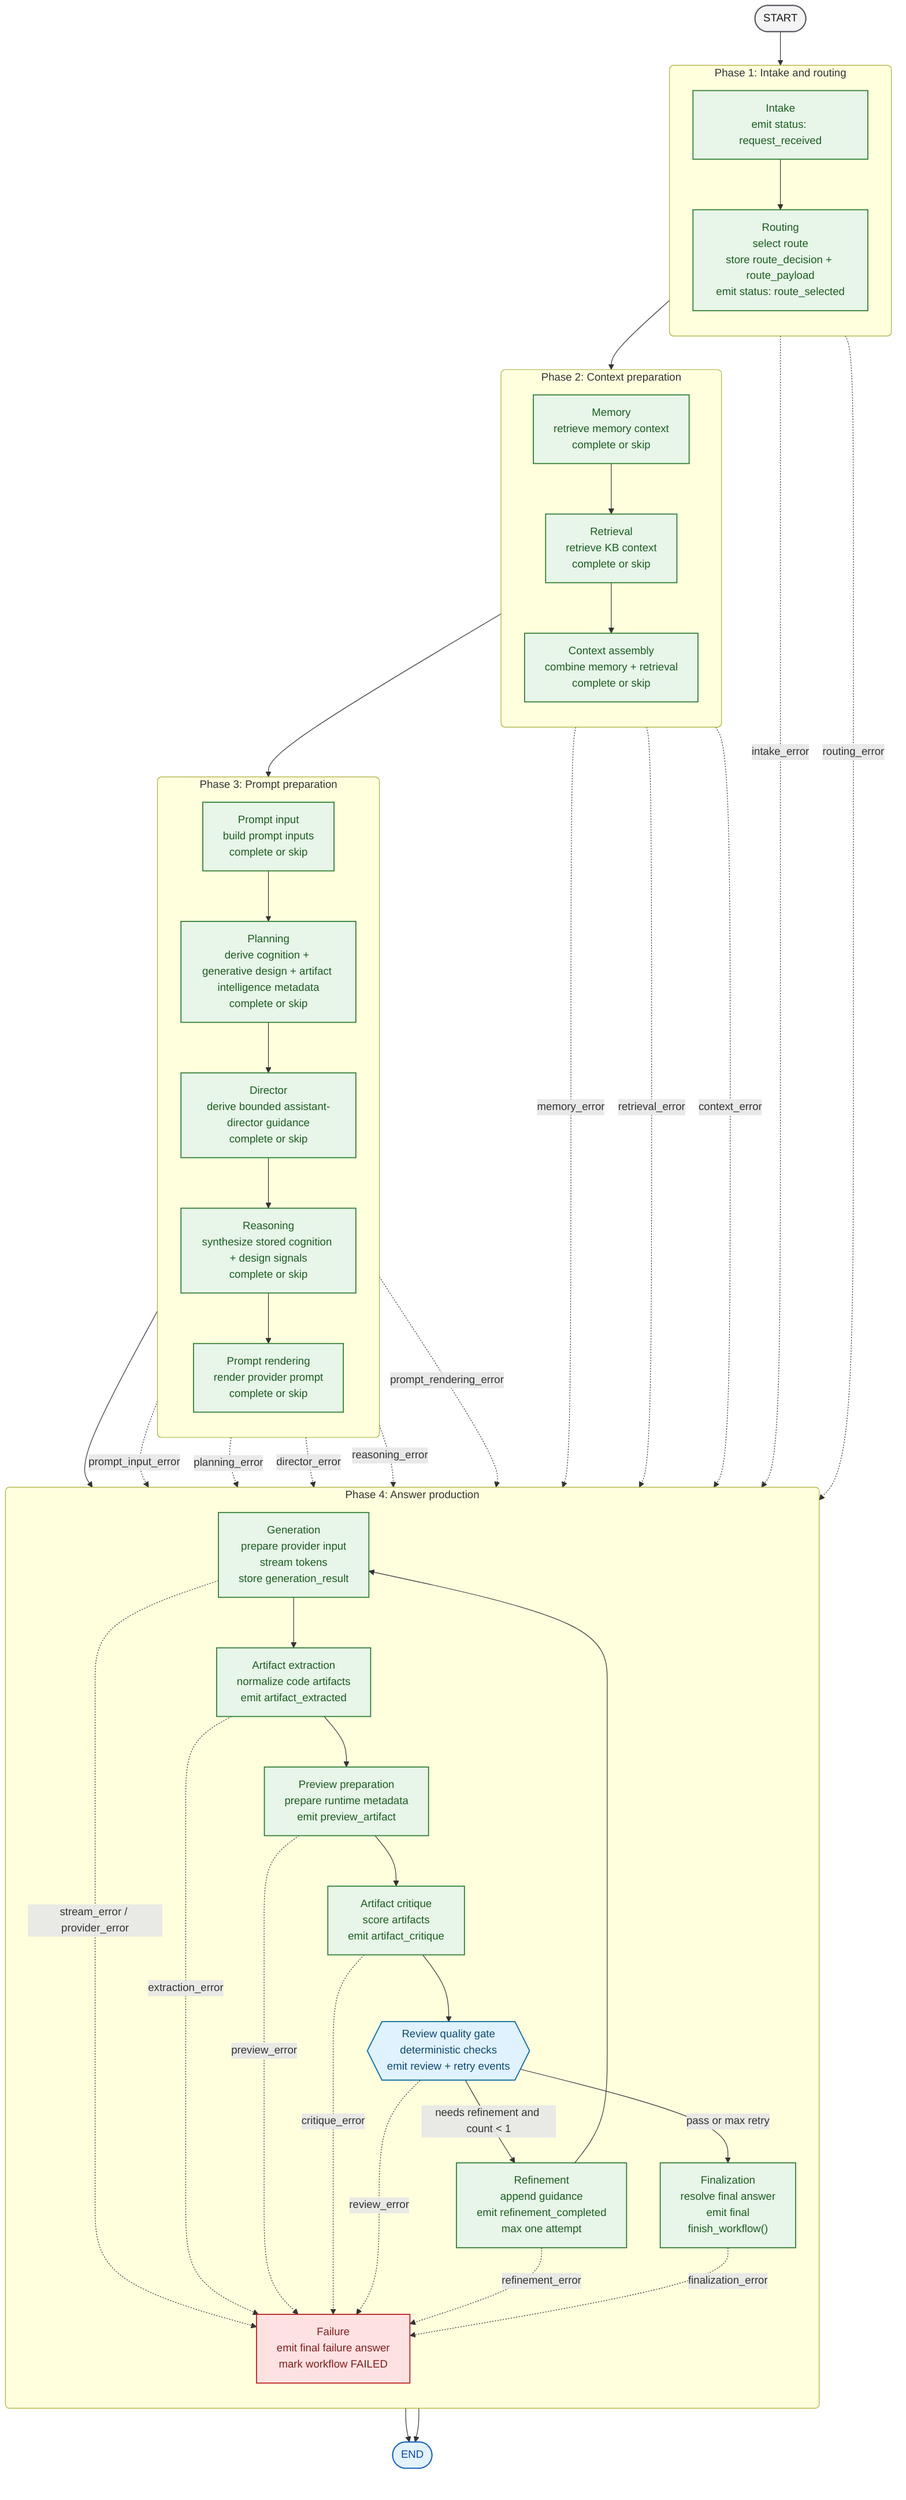
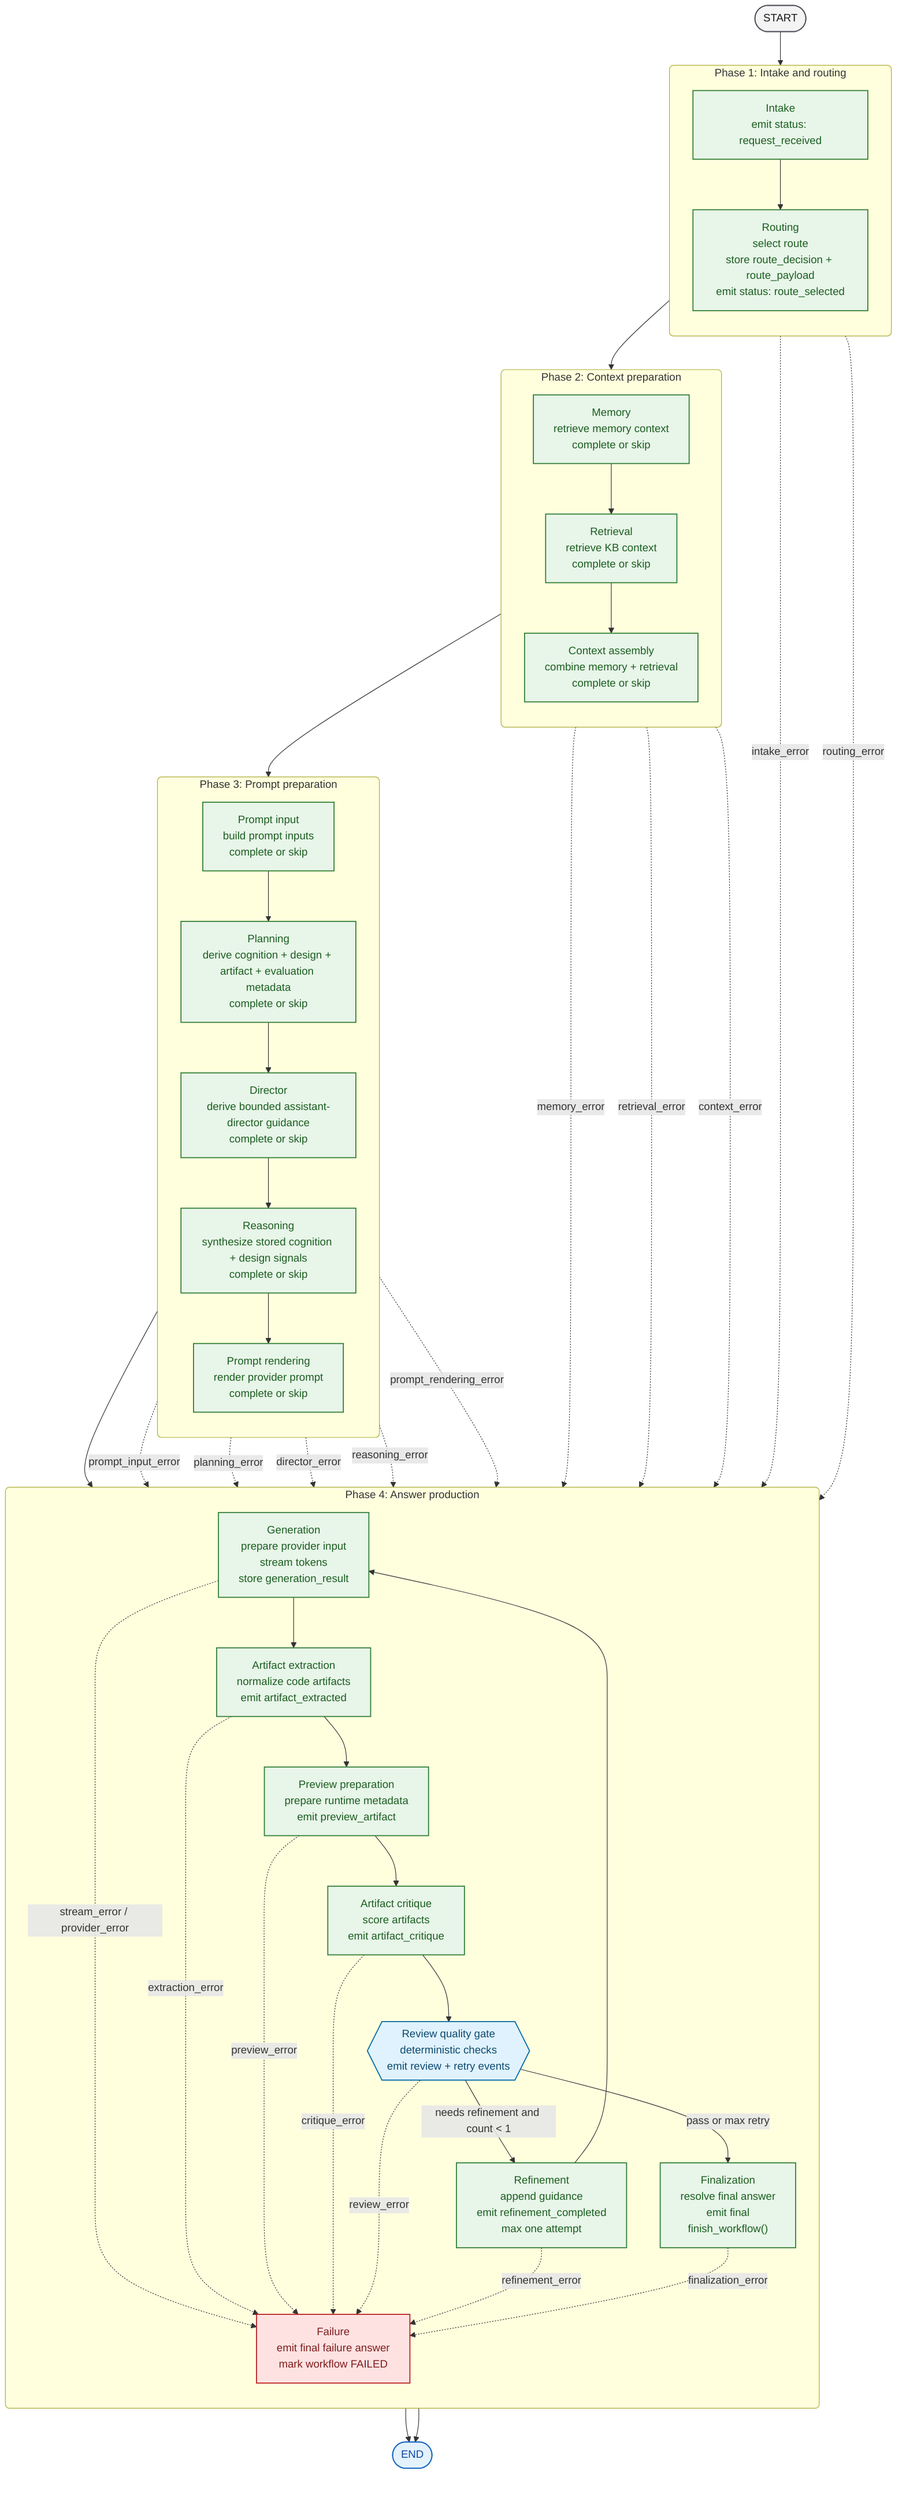
flowchart TB
    classDef boundary fill:#F4F4F5,stroke:#52525B,color:#18181B,stroke-width:1.5px;
    classDef implemented fill:#E8F5E9,stroke:#2E7D32,color:#1B5E20,stroke-width:1.5px;
    classDef gate fill:#E0F2FE,stroke:#0369A1,color:#0C4A6E,stroke-width:1.5px;
    classDef failure fill:#FEE2E2,stroke:#B91C1C,color:#7F1D1D,stroke-width:1.5px;
    classDef terminal fill:#E3F2FD,stroke:#1565C0,color:#0D47A1,stroke-width:1.5px;

    start([START])
    finish([END])

    subgraph phase_1["Phase 1: Intake and routing"]
        direction TB
        intake["Intake<br/>emit status: request_received"]
        routing["Routing<br/>select route<br/>store route_decision + route_payload<br/>emit status: route_selected"]
    end

    subgraph phase_2["Phase 2: Context preparation"]
        direction TB
        memory["Memory<br/>retrieve memory context<br/>complete or skip"]
        retrieval["Retrieval<br/>retrieve KB context<br/>complete or skip"]
        context_assembly["Context assembly<br/>combine memory + retrieval<br/>complete or skip"]
    end

    subgraph phase_3["Phase 3: Prompt preparation"]
        direction TB
        prompt_input["Prompt input<br/>build prompt inputs<br/>complete or skip"]
-         planning["Planning<br/>derive cognition + generative design + artifact intelligence metadata<br/>complete or skip"]
+         planning["Planning<br/>derive cognition + design + artifact + evaluation metadata<br/>complete or skip"]
        director["Director<br/>derive bounded assistant-director guidance<br/>complete or skip"]
        reasoning["Reasoning<br/>synthesize stored cognition + design signals<br/>complete or skip"]
        prompt_rendering["Prompt rendering<br/>render provider prompt<br/>complete or skip"]
    end

    subgraph phase_4["Phase 4: Answer production"]
        direction TB
        generation["Generation<br/>prepare provider input<br/>stream tokens<br/>store generation_result"]
        artifact_extraction["Artifact extraction<br/>normalize code artifacts<br/>emit artifact_extracted"]
        preview_preparation["Preview preparation<br/>prepare runtime metadata<br/>emit preview_artifact"]
        artifact_critique["Artifact critique<br/>score artifacts<br/>emit artifact_critique"]
        review{{"Review quality gate<br/>deterministic checks<br/>emit review + retry events"}}
        refinement["Refinement<br/>append guidance<br/>emit refinement_completed<br/>max one attempt"]
        finalization["Finalization<br/>resolve final answer<br/>emit final<br/>finish_workflow()"]
        failure["Failure<br/>emit final failure answer<br/>mark workflow FAILED"]
    end

    start --> intake --> routing --> memory --> retrieval --> context_assembly --> prompt_input --> planning --> director --> reasoning --> prompt_rendering --> generation --> artifact_extraction --> preview_preparation --> artifact_critique --> review
    review -->|"pass or max retry"| finalization --> finish
    review -->|"needs refinement and count < 1"| refinement --> generation
    intake -. intake_error .-> failure
    routing -. routing_error .-> failure
    memory -. memory_error .-> failure
    retrieval -. retrieval_error .-> failure
    context_assembly -. context_error .-> failure
    prompt_input -. prompt_input_error .-> failure
    planning -. planning_error .-> failure
    director -. director_error .-> failure
    reasoning -. reasoning_error .-> failure
    prompt_rendering -. prompt_rendering_error .-> failure
    generation -. stream_error / provider_error .-> failure
    artifact_extraction -. extraction_error .-> failure
    preview_preparation -. preview_error .-> failure
    artifact_critique -. critique_error .-> failure
    review -. review_error .-> failure
    refinement -. refinement_error .-> failure
    finalization -. finalization_error .-> failure
    failure --> finish

    class start boundary
    class finish terminal
    class intake,routing,memory,retrieval,context_assembly,prompt_input,planning,director,reasoning,prompt_rendering,generation,artifact_extraction,preview_preparation,artifact_critique,refinement,finalization implemented
    class review gate
    class failure failure
    style phase_1 rx:6px,ry:6px
    style phase_2 rx:6px,ry:6px
    style phase_3 rx:6px,ry:6px
    style phase_4 rx:6px,ry:6px
